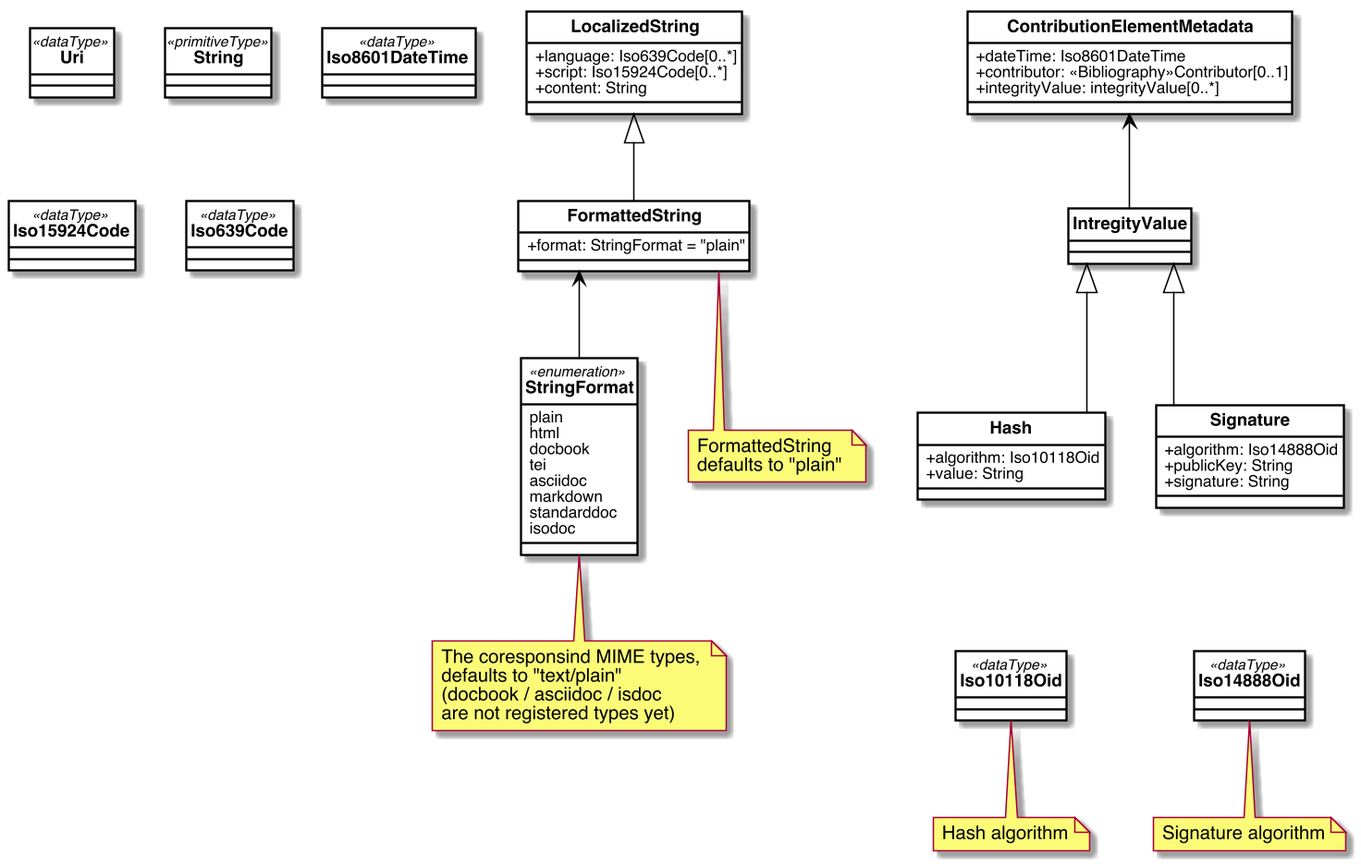
Above: images/DataTypes.png in metanorma/basicdoc-models (PlantUML), before the change. Its diagram source:
```plantuml
@startuml DataTypes


skinparam Dpi 150
skinparam Monochrome false
skinparam LineType ortho
hide circle
skinparam Default {
  TextAlignment center
  FontName Helvetica
}
skinparam Class {
  AttributeIconSize 0
  BackgroundColor White
  ArrowColor Black
  BorderColor Black
  FontStyle bold
  StereotypeFontSize 10
}
skinparam Rectangle {
  BackgroundColor White
  ArrowColor Black
  BorderColor Black
  FontStyle bold
  FontSize 11
  StereotypeFontSize 10
}
skinparam Object {
  BackgroundColor White
  ArrowColor Black
  BorderColor Black
  FontStyle bold
  FontSize 11
  StereotypeFontSize 10
}

skinparam Entity {
  StereotypeFontSize 10
}




class LocalizedString {
    +language: Iso639Code[0..*]
    +script: Iso15924Code[0..*]
    +content: String
}

class Uri <<dataType>> {

}

class String <<primitiveType>> {

}

class FormattedString {
    +format: StringFormat = "plain"
}

class Iso8601DateTime <<dataType>> {

}

class Iso15924Code <<dataType>> {

}

class Iso639Code <<dataType>> {

}

class Iso10118Oid <<dataType>> {

}

class Iso14888Oid <<dataType>> {

}

class ContributionElementMetadata {
    +dateTime: Iso8601DateTime
    +contributor: <<Bibliography>>Contributor[0..1]
    +integrityValue: integrityValue[0..*]

}

class IntregityValue {

}

class Hash {
    +algorithm: Iso10118Oid
    +value: String
}

class Signature {
    +algorithm: Iso14888Oid
    +publicKey: String
    +signature: String

}

enum StringFormat <<enumeration>> {
    plain
    html
    docbook
    tei
    asciidoc
    markdown
    standarddoc
    isodoc
}


note bottom of Iso10118Oid: Hash algorithm
note bottom of Iso14888Oid: Signature algorithm
note bottom of FormattedString: FormattedString\ndefaults to "plain"
note bottom of StringFormat: The coresponsind MIME types,\ndefaults to "text/plain"\n(docbook / asciidoc / isdoc\nare not registered types yet)


LocalizedString <|-- FormattedString
FormattedString <-- StringFormat

ContributionElementMetadata <-- IntregityValue
IntregityValue <|-- Hash
IntregityValue <|-- Signature

 Hash -[hidden]- Iso10118Oid
 Signature -[hidden]- Iso14888Oid

@enduml
```
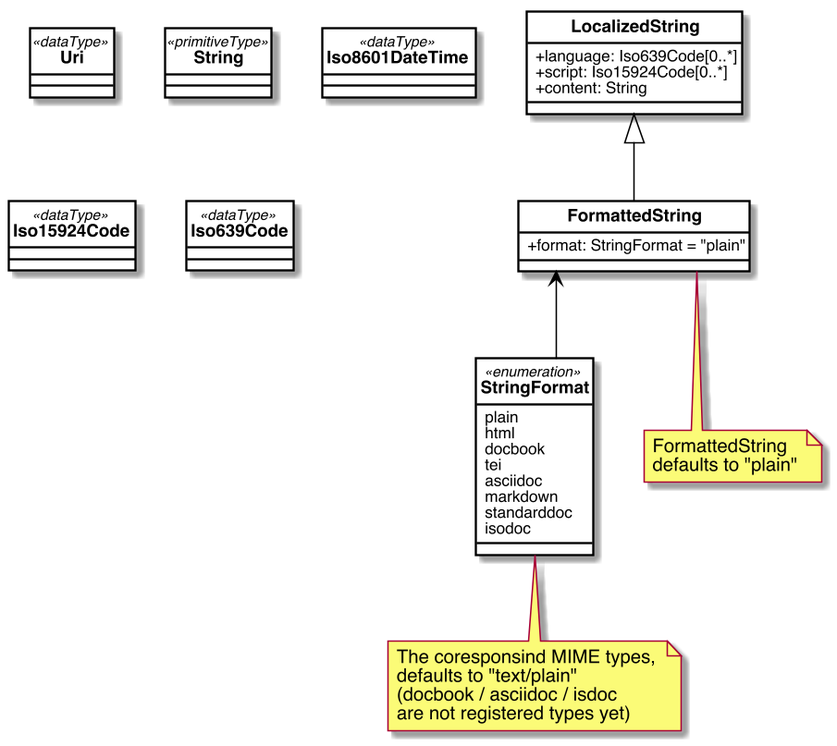
After the commit.

Diff of the diagram source:
```diff
@@ -71,37 +71,6 @@
 
 }
 
-class Iso10118Oid <<dataType>> {
-
-}
-
-class Iso14888Oid <<dataType>> {
-
-}
-
-class ContributionElementMetadata {
-    +dateTime: Iso8601DateTime
-    +contributor: <<Bibliography>>Contributor[0..1]
-    +integrityValue: integrityValue[0..*]
-
-}
-
-class IntregityValue {
-
-}
-
-class Hash {
-    +algorithm: Iso10118Oid
-    +value: String
-}
-
-class Signature {
-    +algorithm: Iso14888Oid
-    +publicKey: String
-    +signature: String
-
-}
-
 enum StringFormat <<enumeration>> {
     plain
     html
@@ -114,8 +83,6 @@
 }
 
 
-note bottom of Iso10118Oid: Hash algorithm
-note bottom of Iso14888Oid: Signature algorithm
 note bottom of FormattedString: FormattedString\ndefaults to "plain"
 note bottom of StringFormat: The coresponsind MIME types,\ndefaults to "text/plain"\n(docbook / asciidoc / isdoc\nare not registered types yet)
 
@@ -123,11 +90,4 @@
 LocalizedString <|-- FormattedString
 FormattedString <-- StringFormat
 
-ContributionElementMetadata <-- IntregityValue
-IntregityValue <|-- Hash
-IntregityValue <|-- Signature
-
- Hash -[hidden]- Iso10118Oid
- Signature -[hidden]- Iso14888Oid
-
 @enduml
```
